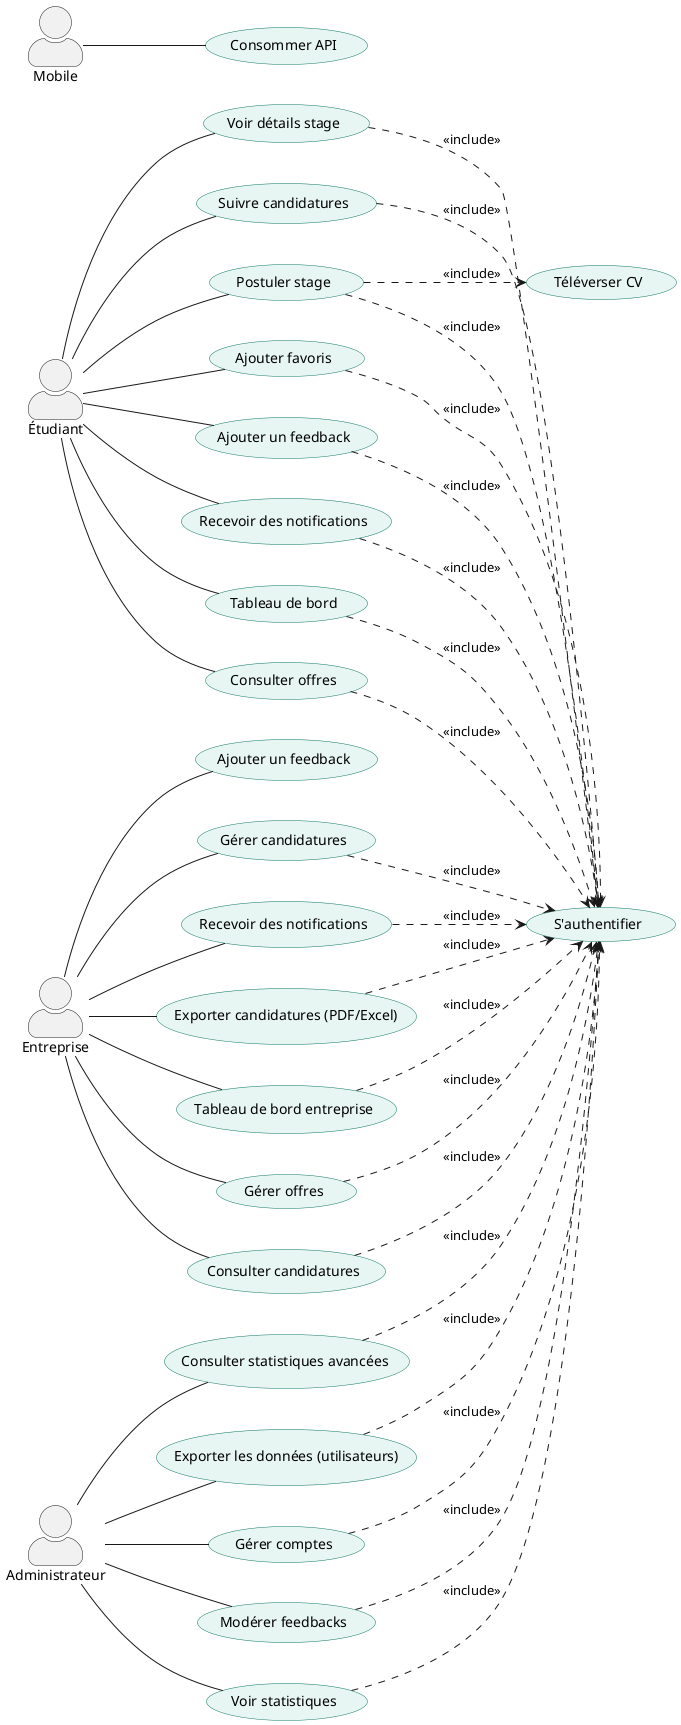
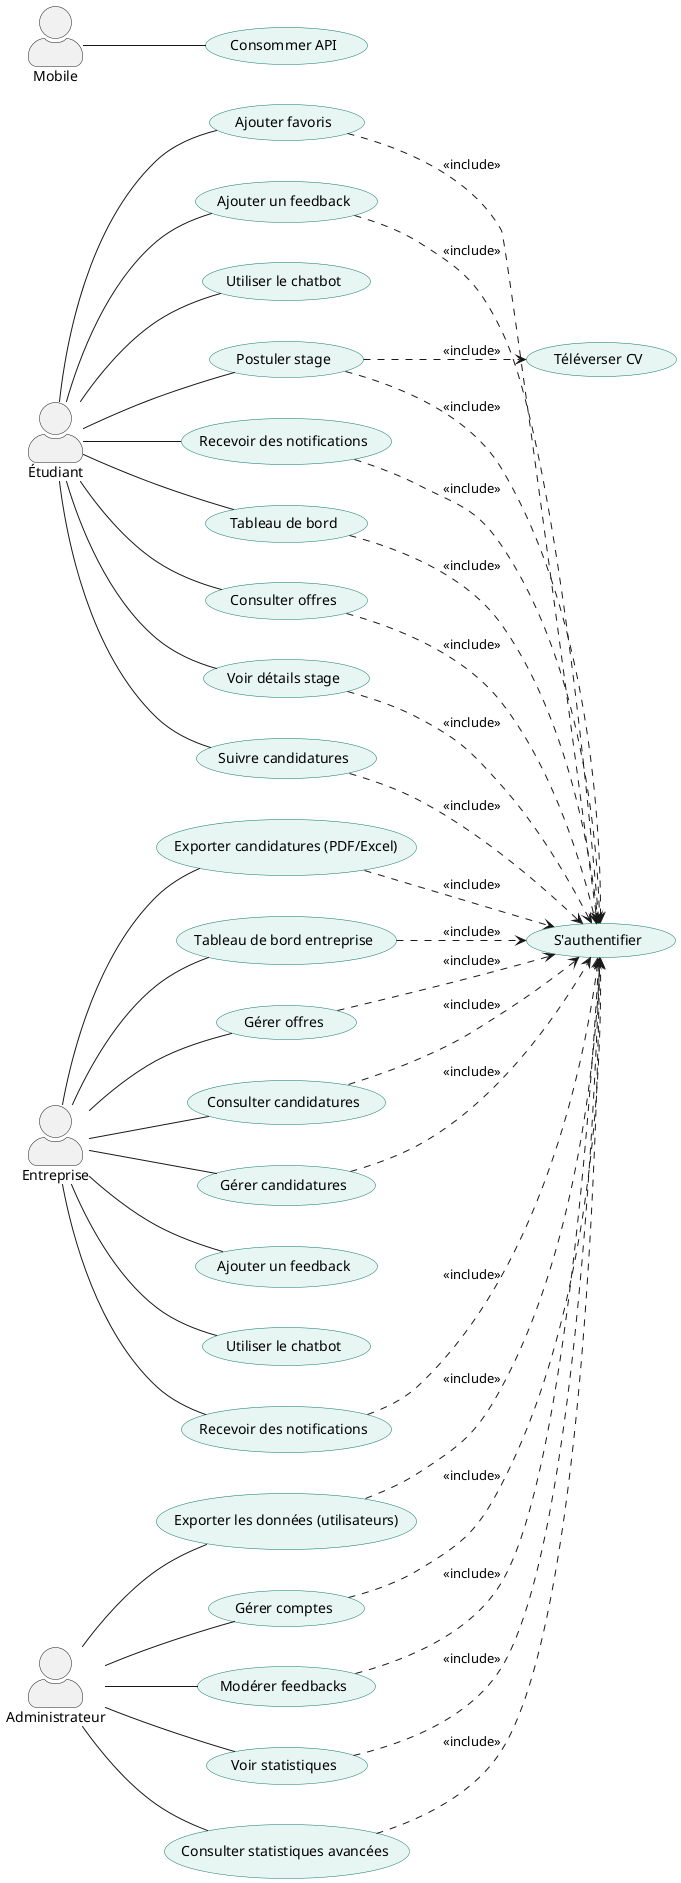
@startuml StageFlow_UseCase_Global
left to right direction
skinparam actorStyle awesome
skinparam shadowing false

skinparam usecase {
    BackgroundColor #E8F6F3
    BorderColor #117864
}

skinparam nodesep 40
skinparam ranksep 50


actor "Étudiant" as E
actor "Entreprise" as Ent
actor "Administrateur" as Admin
actor "Mobile" as Mob


'=====================
' Étudiant Use Cases
'=====================

usecase "Tableau de bord" as UC1
usecase "Consulter offres" as UC2
usecase "Voir détails stage" as UC3
usecase "Postuler stage" as UC4
usecase "Téléverser CV" as UC5
usecase "Suivre candidatures" as UC6
usecase "Ajouter favoris" as UC7
usecase "Ajouter un feedback" as UC8
usecase "Recevoir des notifications" as UC17
+ usecase "Utiliser le chatbot" as UC22


'=====================
' Entreprise Use Cases
'=====================

usecase "Tableau de bord entreprise" as UC9
usecase "Gérer offres" as UC10
usecase "Consulter candidatures" as UC11
usecase "Gérer candidatures" as UC12
usecase "Ajouter un feedback" as UC13
usecase "Recevoir des notifications" as UC18
usecase "Exporter candidatures (PDF/Excel)" as UC20
+ usecase "Utiliser le chatbot" as UC23


'=====================
' Admin Use Cases
'=====================

usecase "Gérer comptes" as UC14
usecase "Modérer feedbacks" as UC15
usecase "Voir statistiques" as UC16
usecase "Consulter statistiques avancées" as UC19
usecase "Exporter les données (utilisateurs)" as UC21


'=====================
' Mobile API
'=====================

usecase "Consommer API" as API


'=====================
' Authentification
'=====================

usecase "S'authentifier" as Auth


'=====================
' Relations Étudiant
'=====================

E -- UC1
E -- UC2
E -- UC3
E -- UC4
E -- UC6
E -- UC7
E -- UC8
E -- UC17
+ E -- UC22

UC4 ..> UC5 : <<include>>


'=====================
' Relations Entreprise
'=====================

Ent -- UC9
Ent -- UC10
Ent -- UC11
Ent -- UC12
Ent -- UC13
Ent -- UC18
Ent -- UC20
+ Ent -- UC23


'=====================
' Relations Admin
'=====================

Admin -- UC14
Admin -- UC15
Admin -- UC16
Admin -- UC19
Admin -- UC21


'=====================
' Mobile
'=====================

Mob -- API



'=====================
' Authentification includes
'=====================

UC1 ..> Auth : <<include>>
UC2 ..> Auth : <<include>>
UC3 ..> Auth : <<include>>
UC4 ..> Auth : <<include>>
UC6 ..> Auth : <<include>>
UC7 ..> Auth : <<include>>
UC8 ..> Auth : <<include>>

UC9 ..> Auth : <<include>>
UC10 ..> Auth : <<include>>
UC11 ..> Auth : <<include>>
UC12 ..> Auth : <<include>>

UC14 ..> Auth : <<include>>
UC15 ..> Auth : <<include>>
UC16 ..> Auth : <<include>>

UC17 ..> Auth : <<include>>
UC18 ..> Auth : <<include>>
UC19 ..> Auth : <<include>>
UC20 ..> Auth : <<include>>
UC21 ..> Auth : <<include>>

@enduml